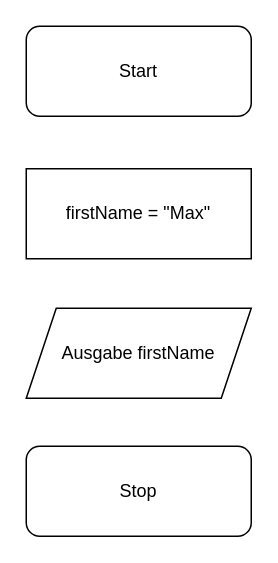
The draw.io diagram page "PAP_1" (1 of 2) of pap.drawio in ksirb/01_Variablen, before the edit. Source tidied: cells renumbered, new cells numbered last; positions are measured from the earlier drawing's top-left corner, leaving out a move shared by most shapes. Both pictures are drawn from the tidied source at 150%, with x=0, y=0 at pixel (26, 26).
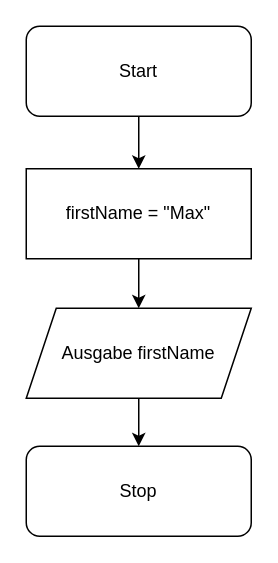
Above is the later version.

Commit message:
PAP / 1. Variante ++ familyName

The edit, as a diff of the source:
```diff
@@
 <mxGraphModel>
   <root>
     <mxCell id="0" />
     <mxCell id="1" parent="0" />
+    <mxCell id="6" style="edgeStyle=none;html=1;" parent="1" edge="1" source="2" target="4">
+      <mxGeometry relative="1" as="geometry" />
+    </mxCell>
     <mxCell id="2" value="Start" style="rounded=1;whiteSpace=wrap;html=1;" parent="1" vertex="1">
       <mxGeometry width="150" height="60" as="geometry" />
     </mxCell>
     <mxCell id="3" value="Stop" style="rounded=1;whiteSpace=wrap;html=1;" parent="1" vertex="1">
       <mxGeometry y="280" width="150" height="60" as="geometry" />
     </mxCell>
+    <mxCell id="7" style="edgeStyle=none;html=1;" parent="1" edge="1" source="4" target="5">
+      <mxGeometry relative="1" as="geometry" />
+    </mxCell>
     <mxCell id="4" value="firstName = &quot;Max&quot;" style="rounded=0;whiteSpace=wrap;html=1;" parent="1" vertex="1">
       <mxGeometry y="95" width="150" height="60" as="geometry" />
     </mxCell>
+    <mxCell id="8" style="edgeStyle=none;html=1;" parent="1" edge="1" source="5" target="3">
+      <mxGeometry relative="1" as="geometry" />
+    </mxCell>
     <mxCell id="5" value="Ausgabe firstName" style="shape=parallelogram;perimeter=parallelogramPerimeter;whiteSpace=wrap;html=1;fixedSize=1;" parent="1" vertex="1">
       <mxGeometry y="188" width="150" height="60" as="geometry" />
     </mxCell>
   </root>
 </mxGraphModel>
```
